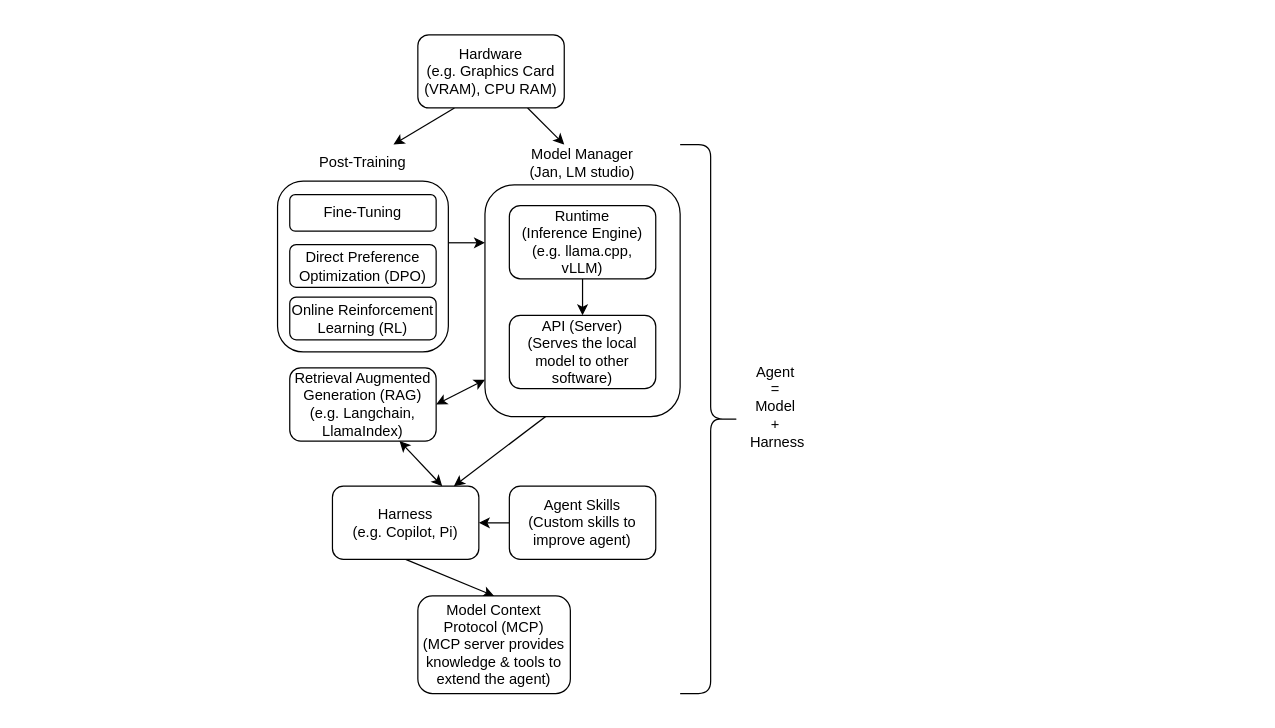
Earlier version of the draw.io diagram content/images/blogs/local_llm/local_llm.drawio (chenkianwee/designing_with_computers). Source tidied: cells renumbered, new cells numbered last; positions are measured from the earlier drawing's top-left corner, leaving out a move shared by most shapes. Both pictures are drawn from the tidied source at 122%, with x=0, y=0 at pixel (277, 34).
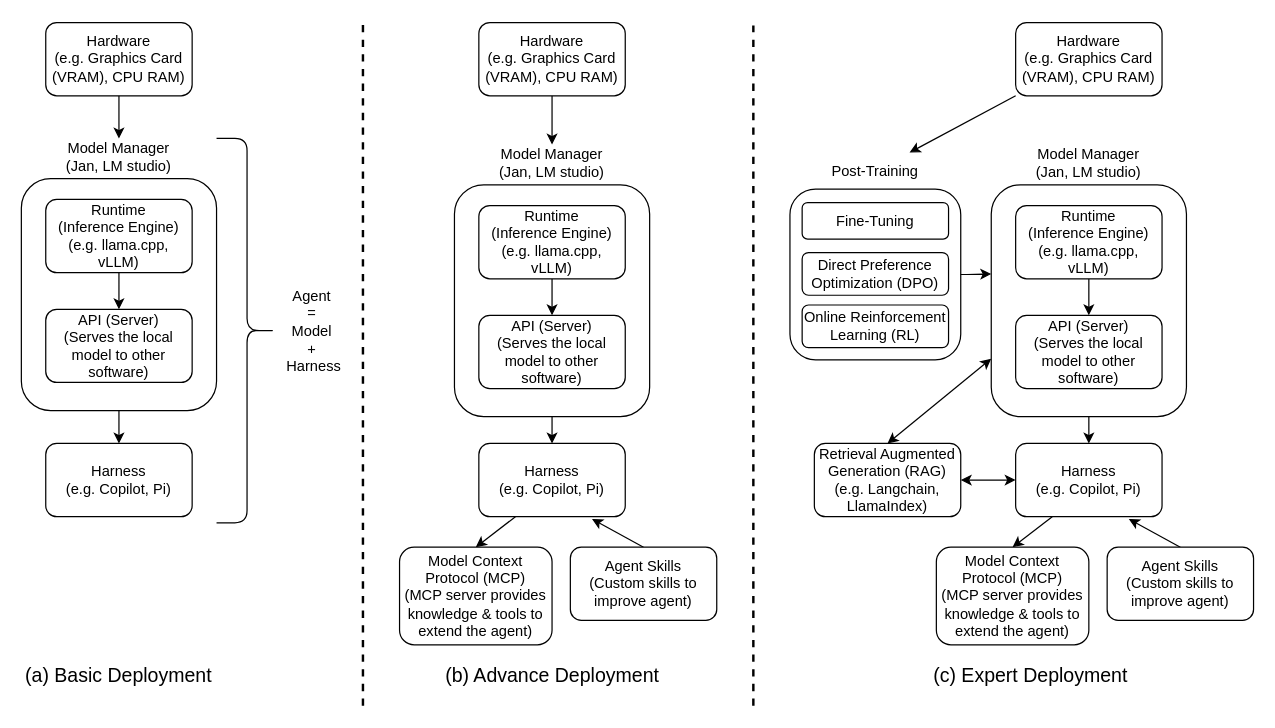
The same page after the edit.

Unchanged cells that the change refers to:
```xml
<mxCell id="23" style="rounded=1;whiteSpace=wrap;html=1;" parent="22" vertex="1">
  <mxGeometry y="30" width="140" height="140" as="geometry" />
</mxCell>
<mxCell id="25" value="Post-Training" style="text;html=1;align=center;verticalAlign=middle;whiteSpace=wrap;rounded=0;" parent="22" vertex="1">
  <mxGeometry x="30" width="80" height="30" as="geometry" />
</mxCell>
```

The edit, as a diff of the source:
```diff
@@
-    <mxCell id="2" style="rounded=0;jettySize=auto;html=1;" parent="1" edge="1" source="4" target="19">
-      <mxGeometry relative="1" as="geometry" />
-    </mxCell>
-    <mxCell id="3" style="rounded=0;jettySize=auto;html=1;exitX=0.25;exitY=1;exitDx=0;exitDy=0;" parent="1" edge="1" source="4" target="25">
-      <mxGeometry relative="1" as="geometry" />
-    </mxCell>
-    <mxCell id="4" value="Hardware&lt;div&gt;(e.g. Graphics Card (VRAM), CPU RAM)&lt;/div&gt;" style="rounded=1;whiteSpace=wrap;html=1;" parent="1" vertex="1">
-      <mxGeometry x="115" width="120" height="60" as="geometry" />
-    </mxCell>
-    <mxCell id="5" style="rounded=0;jettySize=auto;html=1;exitX=0.5;exitY=1;exitDx=0;exitDy=0;entryX=0.5;entryY=0;entryDx=0;entryDy=0;" parent="1" edge="1" source="7" target="13">
-      <mxGeometry relative="1" as="geometry" />
-    </mxCell>
-    <mxCell id="6" style="rounded=0;jettySize=auto;html=1;exitX=0.75;exitY=0;exitDx=0;exitDy=0;entryX=0.75;entryY=1;entryDx=0;entryDy=0;startArrow=classic;startFill=1;" parent="1" edge="1" source="7" target="14">
-      <mxGeometry relative="1" as="geometry" />
-    </mxCell>
-    <mxCell id="7" value="Harness&lt;div&gt;(e.g. Copilot, Pi)&lt;/div&gt;" style="rounded=1;whiteSpace=wrap;html=1;" parent="1" vertex="1">
-      <mxGeometry x="45" y="370" width="120" height="60" as="geometry" />
-    </mxCell>
-    <mxCell id="8" style="rounded=0;jettySize=auto;html=1;exitX=0.5;exitY=1;exitDx=0;exitDy=0;" parent="1" edge="1" source="20" target="7">
-      <mxGeometry relative="1" as="geometry" />
-    </mxCell>
-    <mxCell id="9" style="shape=curlyBracket;whiteSpace=wrap;html=1;rounded=1;flipH=1;labelPosition=right;verticalLabelPosition=middle;align=left;verticalAlign=middle;" parent="1" vertex="1">
-      <mxGeometry x="330" y="90" width="50" height="450" as="geometry" />
-    </mxCell>
-    <mxCell id="10" value="Agent&amp;nbsp;&lt;div&gt;=&amp;nbsp;&lt;/div&gt;&lt;div&gt;Model&amp;nbsp;&lt;/div&gt;&lt;div&gt;+&amp;nbsp;&lt;/div&gt;&lt;div&gt;Harness&lt;/div&gt;" style="text;html=1;align=center;verticalAlign=middle;whiteSpace=wrap;rounded=0;" parent="1" vertex="1">
-      <mxGeometry x="380" y="290" width="60" height="30" as="geometry" />
-    </mxCell>
-    <mxCell id="11" style="edgeStyle=orthogonalEdgeStyle;rounded=0;jettySize=auto;html=1;exitX=0;exitY=0.5;exitDx=0;exitDy=0;" parent="1" edge="1" source="12" target="7">
-      <mxGeometry relative="1" as="geometry" />
-    </mxCell>
-    <mxCell id="12" value="Agent Skills&lt;div&gt;(Custom skills to improve agent)&lt;/div&gt;" style="rounded=1;whiteSpace=wrap;html=1;" parent="1" vertex="1">
-      <mxGeometry x="190" y="370" width="120" height="60" as="geometry" />
-    </mxCell>
-    <mxCell id="13" value="Model Context Protocol (MCP)&lt;div&gt;(MCP server provides knowledge &amp;amp; tools to extend the agent)&lt;/div&gt;" style="rounded=1;whiteSpace=wrap;html=1;" parent="1" vertex="1">
-      <mxGeometry x="115" y="460" width="125" height="80" as="geometry" />
-    </mxCell>
-    <mxCell id="14" value="Retrieval Augmented Generation (RAG)&lt;div&gt;(e.g. Langchain, LlamaIndex)&lt;/div&gt;" style="rounded=1;whiteSpace=wrap;html=1;" parent="1" vertex="1">
-      <mxGeometry x="10" y="273" width="120" height="60" as="geometry" />
-    </mxCell>
-    <mxCell id="15" style="group;" parent="1" vertex="1">
-      <mxGeometry x="170" y="90" width="160" height="223" as="geometry" />
-    </mxCell>
-    <mxCell id="16" style="rounded=1;whiteSpace=wrap;html=1;" parent="15" vertex="1">
-      <mxGeometry y="33" width="160" height="190" as="geometry" />
-    </mxCell>
-    <mxCell id="17" style="edgeStyle=orthogonalEdgeStyle;rounded=0;jettySize=auto;html=1;" parent="15" edge="1" source="18" target="20">
-      <mxGeometry relative="1" as="geometry" />
-    </mxCell>
-    <mxCell id="18" value="Runtime (Inference&amp;nbsp;Engine)&lt;div&gt;(e.g. llama.cpp, vLLM)&lt;/div&gt;" style="rounded=1;whiteSpace=wrap;html=1;" parent="15" vertex="1">
-      <mxGeometry x="20" y="50" width="120" height="60" as="geometry" />
-    </mxCell>
-    <mxCell id="19" value="Model Manager&lt;div&gt;(Jan, LM studio)&lt;/div&gt;" style="text;html=1;align=center;verticalAlign=middle;whiteSpace=wrap;rounded=0;" parent="15" vertex="1">
-      <mxGeometry x="30" width="100" height="30" as="geometry" />
-    </mxCell>
-    <mxCell id="20" value="API (Server)&lt;div&gt;(Serves the local model to other software)&lt;/div&gt;" style="rounded=1;whiteSpace=wrap;html=1;" parent="15" vertex="1">
-      <mxGeometry x="20" y="140" width="120" height="60" as="geometry" />
-    </mxCell>
-    <mxCell id="21" style="rounded=0;jettySize=auto;html=1;exitX=1;exitY=0.5;exitDx=0;exitDy=0;entryX=0;entryY=0.841;entryDx=0;entryDy=0;entryPerimeter=0;startArrow=classic;startFill=1;" parent="1" edge="1" source="14" target="16">
-      <mxGeometry relative="1" as="geometry" />
-    </mxCell>
     <mxCell id="22" style="group;" parent="1" vertex="1">
-      <mxGeometry y="90" width="140" height="170" as="geometry" />
+      <mxGeometry x="420" y="96.5" width="140" height="170" as="geometry" />
     </mxCell>
@@
-    <mxCell id="28" style="edgeStyle=orthogonalEdgeStyle;rounded=0;jettySize=auto;html=1;entryX=1;entryY=0.355;entryDx=0;entryDy=0;entryPerimeter=0;exitX=0;exitY=0.25;exitDx=0;exitDy=0;startArrow=classic;startFill=1;endArrow=none;endFill=0;" parent="1" edge="1" source="16" target="23">
-      <mxGeometry relative="1" as="geometry" />
-    </mxCell>
+    <mxCell id="29" style="rounded=0;jettySize=auto;html=1;" parent="1" edge="1" source="30" target="37">
+      <mxGeometry relative="1" as="geometry" />
+    </mxCell>
+    <mxCell id="30" value="Hardware&lt;div&gt;(e.g. Graphics Card (VRAM), CPU RAM)&lt;/div&gt;" style="rounded=1;whiteSpace=wrap;html=1;" parent="1" vertex="1">
+      <mxGeometry x="-190" y="-10" width="120" height="60" as="geometry" />
+    </mxCell>
+    <mxCell id="31" value="Harness&lt;div&gt;(e.g. Copilot, Pi)&lt;/div&gt;" style="rounded=1;whiteSpace=wrap;html=1;" parent="1" vertex="1">
+      <mxGeometry x="-190" y="335" width="120" height="60" as="geometry" />
+    </mxCell>
+    <mxCell id="32" style="rounded=0;jettySize=auto;html=1;exitX=0.5;exitY=1;exitDx=0;exitDy=0;" parent="1" edge="1" source="38" target="31">
+      <mxGeometry relative="1" as="geometry" />
+    </mxCell>
+    <mxCell id="33" style="group;" parent="1" vertex="1">
+      <mxGeometry x="-210" y="85" width="160" height="223" as="geometry" />
+    </mxCell>
+    <mxCell id="34" style="rounded=1;whiteSpace=wrap;html=1;" parent="33" vertex="1">
+      <mxGeometry y="33" width="160" height="190" as="geometry" />
+    </mxCell>
+    <mxCell id="35" style="edgeStyle=orthogonalEdgeStyle;rounded=0;jettySize=auto;html=1;" parent="33" edge="1" source="36" target="38">
+      <mxGeometry relative="1" as="geometry" />
+    </mxCell>
+    <mxCell id="36" value="Runtime (Inference&amp;nbsp;Engine)&lt;div&gt;(e.g. llama.cpp, vLLM)&lt;/div&gt;" style="rounded=1;whiteSpace=wrap;html=1;" parent="33" vertex="1">
+      <mxGeometry x="20" y="50" width="120" height="60" as="geometry" />
+    </mxCell>
+    <mxCell id="37" value="Model Manager&lt;div&gt;(Jan, LM studio)&lt;/div&gt;" style="text;html=1;align=center;verticalAlign=middle;whiteSpace=wrap;rounded=0;" parent="33" vertex="1">
+      <mxGeometry x="30" width="100" height="30" as="geometry" />
+    </mxCell>
+    <mxCell id="38" value="API (Server)&lt;div&gt;(Serves the local model to other software)&lt;/div&gt;" style="rounded=1;whiteSpace=wrap;html=1;" parent="33" vertex="1">
+      <mxGeometry x="20" y="140" width="120" height="60" as="geometry" />
+    </mxCell>
+    <mxCell id="39" style="group;" parent="1" vertex="1">
+      <mxGeometry x="10" y="85" width="110" height="315" as="geometry" />
+    </mxCell>
+    <mxCell id="40" style="shape=curlyBracket;whiteSpace=wrap;html=1;rounded=1;flipH=1;labelPosition=right;verticalLabelPosition=middle;align=left;verticalAlign=middle;" parent="39" vertex="1">
+      <mxGeometry x="-60" width="50" height="315" as="geometry" />
+    </mxCell>
+    <mxCell id="10" value="Agent&amp;nbsp;&lt;div&gt;=&amp;nbsp;&lt;/div&gt;&lt;div&gt;Model&amp;nbsp;&lt;/div&gt;&lt;div&gt;+&amp;nbsp;&lt;/div&gt;&lt;div&gt;Harness&lt;/div&gt;" style="text;html=1;align=center;verticalAlign=middle;whiteSpace=wrap;rounded=0;" parent="39" vertex="1">
+      <mxGeometry x="-10" y="141.8" width="60" height="31.5" as="geometry" />
+    </mxCell>
+    <mxCell id="41" style="rounded=0;jettySize=auto;html=1;" parent="1" edge="1" source="42" target="53">
+      <mxGeometry relative="1" as="geometry" />
+    </mxCell>
+    <mxCell id="42" value="Hardware&lt;div&gt;(e.g. Graphics Card (VRAM), CPU RAM)&lt;/div&gt;" style="rounded=1;whiteSpace=wrap;html=1;" parent="1" vertex="1">
+      <mxGeometry x="165" y="-10" width="120" height="60" as="geometry" />
+    </mxCell>
+    <mxCell id="43" style="rounded=0;jettySize=auto;html=1;exitX=0.25;exitY=1;exitDx=0;exitDy=0;entryX=0.5;entryY=0;entryDx=0;entryDy=0;" parent="1" edge="1" source="44" target="48">
+      <mxGeometry relative="1" as="geometry" />
+    </mxCell>
+    <mxCell id="44" value="Harness&lt;div&gt;(e.g. Copilot, Pi)&lt;/div&gt;" style="rounded=1;whiteSpace=wrap;html=1;" parent="1" vertex="1">
+      <mxGeometry x="165" y="335" width="120" height="60" as="geometry" />
+    </mxCell>
+    <mxCell id="45" style="rounded=0;jettySize=auto;html=1;exitX=0.5;exitY=1;exitDx=0;exitDy=0;" parent="1" edge="1" source="54" target="44">
+      <mxGeometry relative="1" as="geometry" />
+    </mxCell>
+    <mxCell id="46" style="rounded=0;jettySize=auto;html=1;exitX=0.5;exitY=0;exitDx=0;exitDy=0;entryX=0.773;entryY=1.032;entryDx=0;entryDy=0;entryPerimeter=0;" parent="1" edge="1" source="47" target="44">
+      <mxGeometry relative="1" as="geometry" />
+    </mxCell>
+    <mxCell id="47" value="Agent Skills&lt;div&gt;(Custom skills to improve agent)&lt;/div&gt;" style="rounded=1;whiteSpace=wrap;html=1;" parent="1" vertex="1">
+      <mxGeometry x="240" y="420" width="120" height="60" as="geometry" />
+    </mxCell>
+    <mxCell id="48" value="Model Context Protocol (MCP)&lt;div&gt;(MCP server provides knowledge &amp;amp; tools to extend the agent)&lt;/div&gt;" style="rounded=1;whiteSpace=wrap;html=1;" parent="1" vertex="1">
+      <mxGeometry x="100" y="420" width="125" height="80" as="geometry" />
+    </mxCell>
+    <mxCell id="49" style="group;" parent="1" vertex="1">
+      <mxGeometry x="145" y="90" width="160" height="223" as="geometry" />
+    </mxCell>
+    <mxCell id="50" style="rounded=1;whiteSpace=wrap;html=1;" parent="49" vertex="1">
+      <mxGeometry y="33" width="160" height="190" as="geometry" />
+    </mxCell>
+    <mxCell id="51" style="edgeStyle=orthogonalEdgeStyle;rounded=0;jettySize=auto;html=1;" parent="49" edge="1" source="52" target="54">
+      <mxGeometry relative="1" as="geometry" />
+    </mxCell>
+    <mxCell id="52" value="Runtime (Inference&amp;nbsp;Engine)&lt;div&gt;(e.g. llama.cpp, vLLM)&lt;/div&gt;" style="rounded=1;whiteSpace=wrap;html=1;" parent="49" vertex="1">
+      <mxGeometry x="20" y="50" width="120" height="60" as="geometry" />
+    </mxCell>
+    <mxCell id="53" value="Model Manager&lt;div&gt;(Jan, LM studio)&lt;/div&gt;" style="text;html=1;align=center;verticalAlign=middle;whiteSpace=wrap;rounded=0;" parent="49" vertex="1">
+      <mxGeometry x="30" width="100" height="30" as="geometry" />
+    </mxCell>
+    <mxCell id="54" value="API (Server)&lt;div&gt;(Serves the local model to other software)&lt;/div&gt;" style="rounded=1;whiteSpace=wrap;html=1;" parent="49" vertex="1">
+      <mxGeometry x="20" y="140" width="120" height="60" as="geometry" />
+    </mxCell>
+    <mxCell id="55" style="rounded=0;jettySize=auto;html=1;exitX=0;exitY=1;exitDx=0;exitDy=0;" parent="1" edge="1" source="56" target="25">
+      <mxGeometry relative="1" as="geometry" />
+    </mxCell>
+    <mxCell id="56" value="Hardware&lt;div&gt;(e.g. Graphics Card (VRAM), CPU RAM)&lt;/div&gt;" style="rounded=1;whiteSpace=wrap;html=1;" parent="1" vertex="1">
+      <mxGeometry x="605" y="-10" width="120" height="60" as="geometry" />
+    </mxCell>
+    <mxCell id="57" style="rounded=0;jettySize=auto;html=1;exitX=0.25;exitY=1;exitDx=0;exitDy=0;entryX=0.5;entryY=0;entryDx=0;entryDy=0;" parent="1" edge="1" source="59" target="63">
+      <mxGeometry relative="1" as="geometry" />
+    </mxCell>
+    <mxCell id="58" style="rounded=0;jettySize=auto;html=1;exitX=0;exitY=0.5;exitDx=0;exitDy=0;entryX=1;entryY=0.5;entryDx=0;entryDy=0;startArrow=classic;startFill=1;" parent="1" edge="1" source="59" target="14">
+      <mxGeometry relative="1" as="geometry" />
+    </mxCell>
+    <mxCell id="59" value="Harness&lt;div&gt;(e.g. Copilot, Pi)&lt;/div&gt;" style="rounded=1;whiteSpace=wrap;html=1;" parent="1" vertex="1">
+      <mxGeometry x="605" y="335" width="120" height="60" as="geometry" />
+    </mxCell>
+    <mxCell id="60" style="rounded=0;jettySize=auto;html=1;exitX=0.5;exitY=1;exitDx=0;exitDy=0;" parent="1" edge="1" source="70" target="59">
+      <mxGeometry relative="1" as="geometry" />
+    </mxCell>
+    <mxCell id="61" style="rounded=0;jettySize=auto;html=1;exitX=0.5;exitY=0;exitDx=0;exitDy=0;entryX=0.773;entryY=1.032;entryDx=0;entryDy=0;entryPerimeter=0;" parent="1" edge="1" source="62" target="59">
+      <mxGeometry relative="1" as="geometry" />
+    </mxCell>
+    <mxCell id="62" value="Agent Skills&lt;div&gt;(Custom skills to improve agent)&lt;/div&gt;" style="rounded=1;whiteSpace=wrap;html=1;" parent="1" vertex="1">
+      <mxGeometry x="680" y="420" width="120" height="60" as="geometry" />
+    </mxCell>
+    <mxCell id="63" value="Model Context Protocol (MCP)&lt;div&gt;(MCP server provides knowledge &amp;amp; tools to extend the agent)&lt;/div&gt;" style="rounded=1;whiteSpace=wrap;html=1;" parent="1" vertex="1">
+      <mxGeometry x="540" y="420" width="125" height="80" as="geometry" />
+    </mxCell>
+    <mxCell id="64" style="rounded=0;jettySize=auto;html=1;exitX=0.5;exitY=0;exitDx=0;exitDy=0;entryX=0;entryY=0.75;entryDx=0;entryDy=0;startArrow=classic;startFill=1;" parent="1" edge="1" source="14" target="66">
+      <mxGeometry relative="1" as="geometry" />
+    </mxCell>
+    <mxCell id="14" value="Retrieval Augmented Generation (RAG)&lt;div&gt;(e.g. Langchain, LlamaIndex)&lt;/div&gt;" style="rounded=1;whiteSpace=wrap;html=1;" parent="1" vertex="1">
+      <mxGeometry x="440" y="335" width="120" height="60" as="geometry" />
+    </mxCell>
+    <mxCell id="65" style="group;" parent="1" vertex="1">
+      <mxGeometry x="585" y="90" width="160" height="223" as="geometry" />
+    </mxCell>
+    <mxCell id="66" style="rounded=1;whiteSpace=wrap;html=1;" parent="65" vertex="1">
+      <mxGeometry y="33" width="160" height="190" as="geometry" />
+    </mxCell>
+    <mxCell id="67" style="edgeStyle=orthogonalEdgeStyle;rounded=0;jettySize=auto;html=1;" parent="65" edge="1" source="68" target="70">
+      <mxGeometry relative="1" as="geometry" />
+    </mxCell>
+    <mxCell id="68" value="Runtime (Inference&amp;nbsp;Engine)&lt;div&gt;(e.g. llama.cpp, vLLM)&lt;/div&gt;" style="rounded=1;whiteSpace=wrap;html=1;" parent="65" vertex="1">
+      <mxGeometry x="20" y="50" width="120" height="60" as="geometry" />
+    </mxCell>
+    <mxCell id="69" value="Model Manager&lt;div&gt;(Jan, LM studio)&lt;/div&gt;" style="text;html=1;align=center;verticalAlign=middle;whiteSpace=wrap;rounded=0;" parent="65" vertex="1">
+      <mxGeometry x="30" width="100" height="30" as="geometry" />
+    </mxCell>
+    <mxCell id="70" value="API (Server)&lt;div&gt;(Serves the local model to other software)&lt;/div&gt;" style="rounded=1;whiteSpace=wrap;html=1;" parent="65" vertex="1">
+      <mxGeometry x="20" y="140" width="120" height="60" as="geometry" />
+    </mxCell>
+    <mxCell id="71" style="edgeStyle=orthogonalEdgeStyle;rounded=0;jettySize=auto;html=1;" parent="1" edge="1" source="23">
+      <mxGeometry relative="1" as="geometry">
+        <mxPoint x="585" y="196" as="targetPoint" />
+      </mxGeometry>
+    </mxCell>
+    <mxCell id="72" style="endArrow=none;dashed=1;html=1;rounded=0;strokeWidth=2;" parent="1" edge="1">
+      <mxGeometry relative="1" as="geometry">
+        <mxPoint x="70" y="550" as="sourcePoint" />
+        <mxPoint x="70" y="-10" as="targetPoint" />
+      </mxGeometry>
+    </mxCell>
+    <mxCell id="73" style="endArrow=none;dashed=1;html=1;rounded=0;strokeWidth=2;" parent="1" edge="1">
+      <mxGeometry relative="1" as="geometry">
+        <mxPoint x="390" y="550" as="sourcePoint" />
+        <mxPoint x="390" y="-7.5" as="targetPoint" />
+      </mxGeometry>
+    </mxCell>
+    <mxCell id="74" value="&lt;font style=&quot;font-size: 16px;&quot;&gt;(a) Basic Deployment&lt;/font&gt;" style="text;html=1;align=center;verticalAlign=middle;whiteSpace=wrap;rounded=0;" parent="1" vertex="1">
+      <mxGeometry x="-210" y="510" width="160" height="30" as="geometry" />
+    </mxCell>
+    <mxCell id="75" value="&lt;font style=&quot;font-size: 16px;&quot;&gt;(b) Advance Deployment&lt;/font&gt;" style="text;html=1;align=center;verticalAlign=middle;whiteSpace=wrap;rounded=0;" parent="1" vertex="1">
+      <mxGeometry x="117.5" y="510" width="215" height="30" as="geometry" />
+    </mxCell>
+    <mxCell id="76" value="&lt;font style=&quot;font-size: 16px;&quot;&gt;(c) Expert Deployment&lt;/font&gt;" style="text;html=1;align=center;verticalAlign=middle;whiteSpace=wrap;rounded=0;" parent="1" vertex="1">
+      <mxGeometry x="530" y="510" width="175" height="30" as="geometry" />
+    </mxCell>
```
